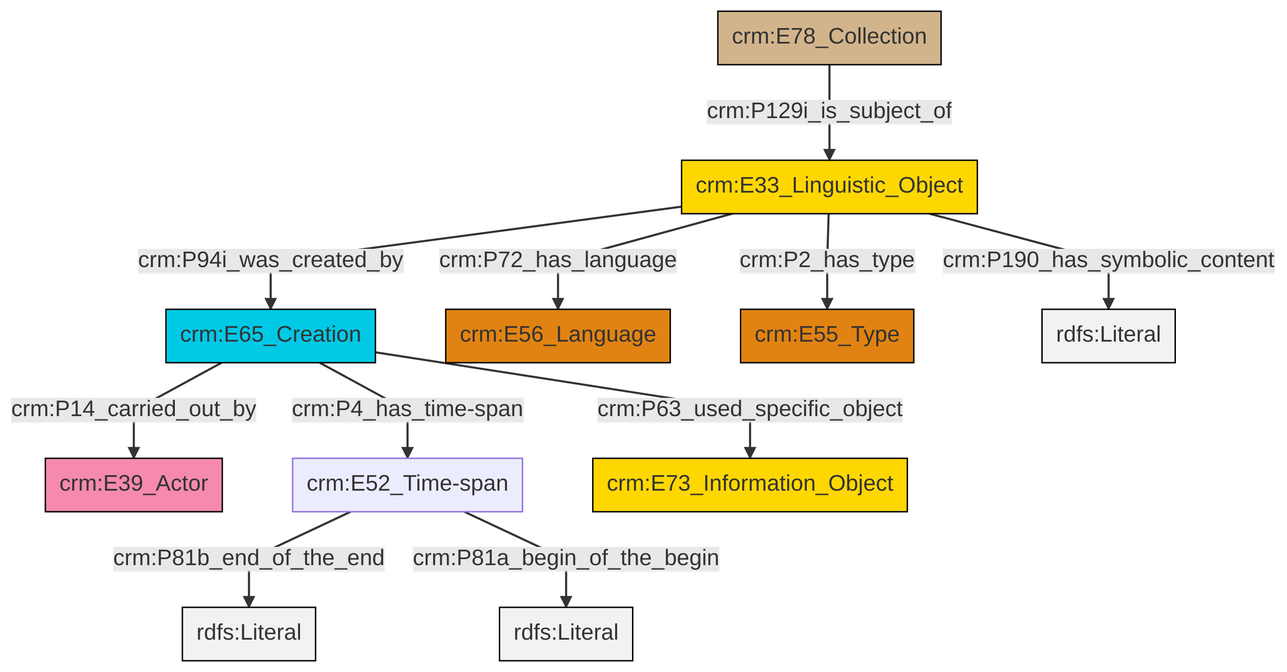
The Mermaid diagram et/archivalCSV/ttl/mmd/png/archival_desc.png in swiss-art-research-net/docs.swissartresearch, before a commit. Its source is kept beside it as et/archivalCSV/ttl/mmd/archival_desc.ttl.mmd.
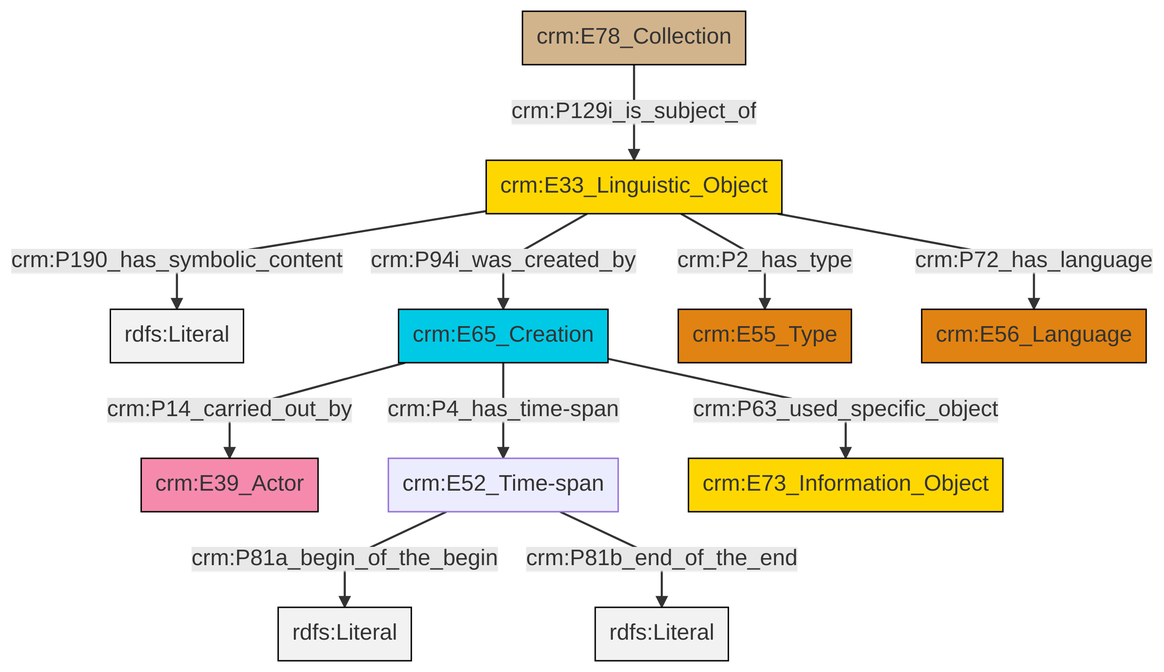
Later version of the same file.

What changed in the source:
```diff
@@ -13,13 +13,13 @@
 classDef PC_Classes fill:#4ce600, stroke:#000000;
 classDef Multi fill:#cccccc,stroke:#000000;
 
-0["crm:E65_Creation"]:::Temporal_Entity -->|crm:P14_carried_out_by| 1["crm:E39_Actor"]:::Actor
-4["crm:E33_Linguistic_Object"]:::Conceptual_Object -->|crm:P72_has_language| 5["crm:E56_Language"]:::Type
-4["crm:E33_Linguistic_Object"]:::Conceptual_Object -->|crm:P94i_was_created_by| 0["crm:E65_Creation"]:::Temporal_Entity
-0["crm:E65_Creation"]:::Temporal_Entity -->|crm:P4_has_time-span| 6["crm:E52_Time-span"]:::Default
-4["crm:E33_Linguistic_Object"]:::Conceptual_Object -->|crm:P2_has_type| 8["crm:E55_Type"]:::Type
-0["crm:E65_Creation"]:::Temporal_Entity -->|crm:P63_used_specific_object| 10["crm:E73_Information_Object"]:::Conceptual_Object
-2["crm:E78_Collection"]:::Physical_Thing -->|crm:P129i_is_subject_of| 4["crm:E33_Linguistic_Object"]:::Conceptual_Object
-6["crm:E52_Time-span"]:::Default -->|crm:P81b_end_of_the_end| 11[rdfs:Literal]:::Literal
-4["crm:E33_Linguistic_Object"]:::Conceptual_Object -->|crm:P190_has_symbolic_content| 13[rdfs:Literal]:::Literal
-6["crm:E52_Time-span"]:::Default -->|crm:P81a_begin_of_the_begin| 15[rdfs:Literal]:::Literal
+0["crm:E33_Linguistic_Object"]:::Conceptual_Object -->|crm:P190_has_symbolic_content| 1[rdfs:Literal]:::Literal
+4["crm:E65_Creation"]:::Temporal_Entity -->|crm:P14_carried_out_by| 2["crm:E39_Actor"]:::Actor
+4["crm:E65_Creation"]:::Temporal_Entity -->|crm:P4_has_time-span| 6["crm:E52_Time-span"]:::Default
+6["crm:E52_Time-span"]:::Default -->|crm:P81a_begin_of_the_begin| 8[rdfs:Literal]:::Literal
+4["crm:E65_Creation"]:::Temporal_Entity -->|crm:P63_used_specific_object| 11["crm:E73_Information_Object"]:::Conceptual_Object
+6["crm:E52_Time-span"]:::Default -->|crm:P81b_end_of_the_end| 14[rdfs:Literal]:::Literal
+16["crm:E78_Collection"]:::Physical_Thing -->|crm:P129i_is_subject_of| 0["crm:E33_Linguistic_Object"]:::Conceptual_Object
+0["crm:E33_Linguistic_Object"]:::Conceptual_Object -->|crm:P2_has_type| 9["crm:E55_Type"]:::Type
+0["crm:E33_Linguistic_Object"]:::Conceptual_Object -->|crm:P72_has_language| 12["crm:E56_Language"]:::Type
+0["crm:E33_Linguistic_Object"]:::Conceptual_Object -->|crm:P94i_was_created_by| 4["crm:E65_Creation"]:::Temporal_Entity
```
